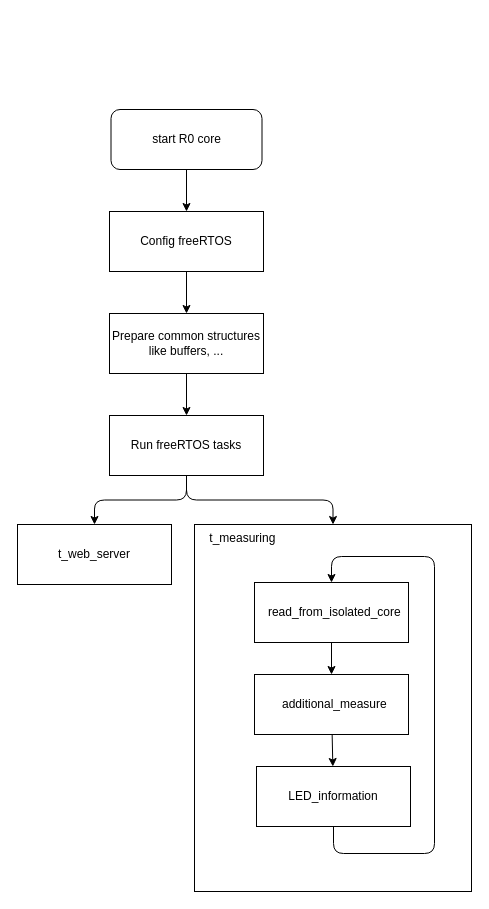
Earlier version of the draw.io diagram schematic/05-sw-flow-running-non-SIL-sequential.drawio (petrkucerak/diplom-thesis). Source tidied: cells renumbered, new cells numbered last; positions are measured from the earlier drawing's top-left corner, leaving out a move shared by most shapes. Both pictures are drawn from the tidied source at 100%, with x=0, y=0 at pixel (17, 109).
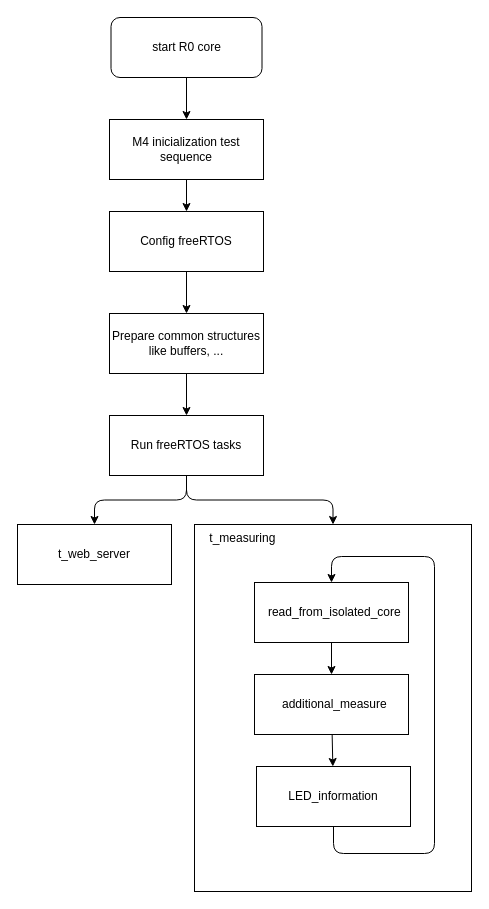
The same page after the edit.

Unchanged cells that the change refers to:
```xml
<mxCell id="8" value="Config freeRTOS" style="rounded=0;whiteSpace=wrap;html=1;" parent="1" vertex="1">
  <mxGeometry x="92" y="102" width="154" height="60" as="geometry" />
</mxCell>
```

Change to the diagram source:
```diff
@@
-    <mxCell id="5" style="edgeStyle=none;html=1;exitX=0.5;exitY=1;exitDx=0;exitDy=0;" parent="1" edge="1" source="6" target="8">
+    <mxCell id="5" style="edgeStyle=none;html=1;exitX=0.5;exitY=1;exitDx=0;exitDy=0;entryX=0.5;entryY=0;entryDx=0;entryDy=0;" parent="1" edge="1" source="6" target="20">
       <mxGeometry relative="1" as="geometry" />
     </mxCell>
     <mxCell id="6" value="start R0 core" style="rounded=1;whiteSpace=wrap;html=1;" parent="1" vertex="1">
-      <mxGeometry x="93.5" width="151" height="60" as="geometry" />
+      <mxGeometry x="93.5" y="-92" width="151" height="60" as="geometry" />
     </mxCell>
@@
+    <mxCell id="19" style="edgeStyle=none;html=1;exitX=0.5;exitY=1;exitDx=0;exitDy=0;" parent="1" edge="1" source="20" target="8">
+      <mxGeometry relative="1" as="geometry" />
+    </mxCell>
+    <mxCell id="20" value="M4 inicialization test sequence" style="rounded=0;whiteSpace=wrap;html=1;" parent="1" vertex="1">
+      <mxGeometry x="92" y="10" width="154" height="60" as="geometry" />
+    </mxCell>
```
